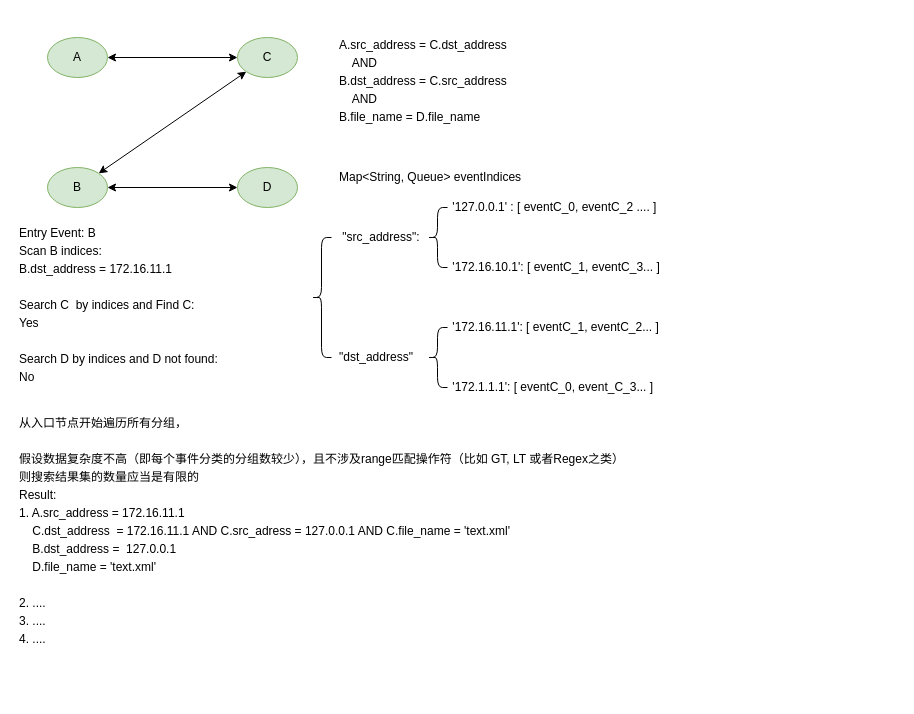
The draw.io diagram customize_cep_permute.drawio in popvlovs/popvlovs-repository, before the edit. Source tidied: cells renumbered, new cells numbered last; positions are measured from the earlier drawing's top-left corner, leaving out a move shared by most shapes. Both pictures are drawn from the tidied source at 100%, with x=0, y=0 at pixel (17, 17).
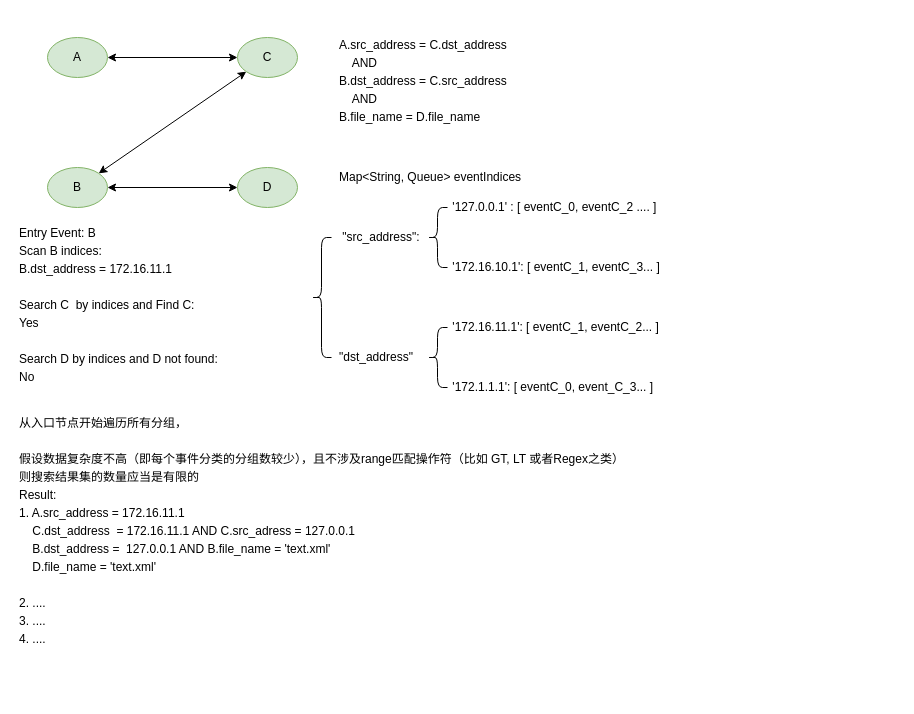
After the change.

Diff of the diagram source:
```diff
@@
 <mxGraphModel>
   <root>
     <mxCell id="0" />
     <mxCell id="1" parent="0" />
     <mxCell id="2" style="edgeStyle=orthogonalEdgeStyle;rounded=0;jettySize=auto;html=1;exitX=1;exitY=0.5;exitDx=0;exitDy=0;startArrow=classic;startFill=1;" parent="1" edge="1" source="3" target="5">
       <mxGeometry relative="1" as="geometry" />
     </mxCell>
     <mxCell id="3" value="A" style="ellipse;whiteSpace=wrap;html=1;fillColor=#d5e8d4;strokeColor=#82b366;" parent="1" vertex="1">
       <mxGeometry x="30" y="20" width="60" height="40" as="geometry" />
     </mxCell>
     <mxCell id="4" style="rounded=0;jettySize=auto;html=1;exitX=0;exitY=1;exitDx=0;exitDy=0;entryX=1;entryY=0;entryDx=0;entryDy=0;startArrow=classic;startFill=1;" parent="1" edge="1" source="5" target="7">
       <mxGeometry relative="1" as="geometry" />
     </mxCell>
     <mxCell id="5" value="C" style="ellipse;whiteSpace=wrap;html=1;fillColor=#d5e8d4;strokeColor=#82b366;" parent="1" vertex="1">
       <mxGeometry x="220" y="20" width="60" height="40" as="geometry" />
     </mxCell>
     <mxCell id="6" style="edgeStyle=none;rounded=0;jettySize=auto;html=1;exitX=1;exitY=0.5;exitDx=0;exitDy=0;startArrow=classic;startFill=1;" parent="1" edge="1" source="7" target="8">
       <mxGeometry relative="1" as="geometry" />
     </mxCell>
     <mxCell id="7" value="B" style="ellipse;whiteSpace=wrap;html=1;fillColor=#d5e8d4;strokeColor=#82b366;" parent="1" vertex="1">
       <mxGeometry x="30" y="150" width="60" height="40" as="geometry" />
     </mxCell>
     <mxCell id="8" value="D" style="ellipse;whiteSpace=wrap;html=1;fillColor=#d5e8d4;strokeColor=#82b366;" parent="1" vertex="1">
       <mxGeometry x="220" y="150" width="60" height="40" as="geometry" />
     </mxCell>
     <mxCell id="9" value="&lt;p style=&quot;line-height: 150%&quot;&gt;A.src_address = C.dst_address &lt;br&gt;&amp;nbsp; &amp;nbsp; AND &lt;br&gt;B.dst_address = C.src_address&lt;br&gt;&amp;nbsp; &amp;nbsp; AND&lt;br&gt;B.file_name = D.file_name&lt;/p&gt;&lt;p style=&quot;line-height: 150%&quot;&gt;&lt;br&gt;&lt;/p&gt;&lt;p style=&quot;line-height: 150%&quot;&gt;Map&amp;lt;String, Queue&amp;gt; eventIndices&amp;nbsp;&amp;nbsp;&lt;/p&gt;&lt;p style=&quot;line-height: 150%&quot;&gt;&amp;nbsp; &amp;nbsp; &amp;nbsp; &amp;nbsp; &amp;nbsp; &amp;nbsp; &amp;nbsp; &amp;nbsp; &amp;nbsp; &amp;nbsp; &amp;nbsp; &amp;nbsp; &amp;nbsp; &amp;nbsp; &amp;nbsp; &amp;nbsp; &amp;nbsp; '127.0.0.1' : [ eventC_0, eventC_2 .... ]&lt;/p&gt;&lt;p style=&quot;line-height: 150%&quot;&gt;&amp;nbsp;&quot;src_address&quot;:&amp;nbsp;&lt;/p&gt;&lt;p style=&quot;line-height: 150%&quot;&gt;&amp;nbsp; &amp;nbsp; &amp;nbsp; &amp;nbsp; &amp;nbsp; &amp;nbsp; &amp;nbsp; &amp;nbsp; &amp;nbsp; &amp;nbsp; &amp;nbsp; &amp;nbsp; &amp;nbsp; &amp;nbsp; &amp;nbsp; &amp;nbsp; &amp;nbsp; '172.16.10.1': [ eventC_1, eventC_3... ]&lt;/p&gt;&lt;p style=&quot;line-height: 150%&quot;&gt;&lt;br&gt;&lt;/p&gt;&lt;p style=&quot;line-height: 150%&quot;&gt;&amp;nbsp; &amp;nbsp; &amp;nbsp; &amp;nbsp; &amp;nbsp; &amp;nbsp; &amp;nbsp; &amp;nbsp; &amp;nbsp; &amp;nbsp; &amp;nbsp; &amp;nbsp; &amp;nbsp; &amp;nbsp; &amp;nbsp; &amp;nbsp; &amp;nbsp; '172.16.11.1': [ eventC_1, eventC_2... ]&lt;/p&gt;&lt;p style=&quot;line-height: 150%&quot;&gt;&quot;dst_address&quot;&lt;/p&gt;&lt;p style=&quot;line-height: 150%&quot;&gt;&amp;nbsp; &amp;nbsp; &amp;nbsp; &amp;nbsp; &amp;nbsp; &amp;nbsp; &amp;nbsp; &amp;nbsp; &amp;nbsp; &amp;nbsp; &amp;nbsp; &amp;nbsp; &amp;nbsp; &amp;nbsp; &amp;nbsp; &amp;nbsp; &amp;nbsp; '172.1.1.1': [ eventC_0, event_C_3... ]&lt;/p&gt;" style="text;html=1;" parent="1" vertex="1">
       <mxGeometry x="320" width="560" height="390" as="geometry" />
     </mxCell>
     <mxCell id="10" style="shape=curlyBracket;whiteSpace=wrap;html=1;rounded=1;" parent="1" vertex="1">
       <mxGeometry x="294" y="220" width="20" height="120" as="geometry" />
     </mxCell>
     <mxCell id="11" style="shape=curlyBracket;whiteSpace=wrap;html=1;rounded=1;" parent="1" vertex="1">
       <mxGeometry x="410" y="190" width="20" height="60" as="geometry" />
     </mxCell>
     <mxCell id="12" style="shape=curlyBracket;whiteSpace=wrap;html=1;rounded=1;" parent="1" vertex="1">
       <mxGeometry x="410" y="310" width="20" height="60" as="geometry" />
     </mxCell>
     <mxCell id="13" value="&lt;span style=&quot;white-space: nowrap ; line-height: 150%&quot;&gt;Entry Event: B&lt;br&gt;Scan B indices:&lt;br&gt;B.dst_address = 172.16.11.1&lt;br&gt;&lt;br&gt;Search C&amp;nbsp; by indices and Find C:&lt;br&gt;Yes&lt;br&gt;&lt;br&gt;Search D by indices and D not found:&lt;br&gt;No&lt;br&gt;&lt;/span&gt;" style="text;html=1;strokeColor=none;fillColor=none;align=left;verticalAlign=top;" parent="1" vertex="1">
       <mxGeometry y="200" width="270" height="180" as="geometry" />
     </mxCell>
-    <mxCell id="14" value="&lt;span style=&quot;white-space: nowrap ; line-height: 150%&quot;&gt;从入口节点开始遍历所有分组，&lt;br&gt;&lt;br&gt;假设数据复杂度不高（即每个事件分类的分组数较少），且不涉及range匹配操作符（比如 GT, LT 或者Regex之类）&lt;br&gt;则搜索结果集的数量应当是有限的&lt;br&gt;Result:&lt;br&gt;1. A.src_address = 172.16.11.1&lt;br&gt;&amp;nbsp; &amp;nbsp; C.dst_address&amp;nbsp; = 172.16.11.1 AND C.src_adress = 127.0.0.1 AND C.file_name = 'text.xml'&lt;br&gt;&amp;nbsp; &amp;nbsp; B.dst_address =&amp;nbsp; 127.0.0.1&lt;br&gt;&amp;nbsp; &amp;nbsp; D.file_name = 'text.xml'&lt;br&gt;&lt;br&gt;2. ....&lt;br&gt;3. ....&lt;br&gt;4. ....&lt;br&gt;&lt;/span&gt;" style="text;html=1;strokeColor=none;fillColor=none;align=left;verticalAlign=top;" parent="1" vertex="1">
+    <mxCell id="14" value="&lt;span style=&quot;white-space: nowrap ; line-height: 150%&quot;&gt;从入口节点开始遍历所有分组，&lt;br&gt;&lt;br&gt;假设数据复杂度不高（即每个事件分类的分组数较少），且不涉及range匹配操作符（比如 GT, LT 或者Regex之类）&lt;br&gt;则搜索结果集的数量应当是有限的&lt;br&gt;Result:&lt;br&gt;1. A.src_address = 172.16.11.1&lt;br&gt;&amp;nbsp; &amp;nbsp; C.dst_address&amp;nbsp; = 172.16.11.1 AND C.src_adress = 127.0.0.1&lt;br&gt;&amp;nbsp; &amp;nbsp; B.dst_address =&amp;nbsp; 127.0.0.1 AND B.file_name = 'text.xml'&lt;br&gt;&amp;nbsp; &amp;nbsp; D.file_name = 'text.xml'&lt;br&gt;&lt;br&gt;2. ....&lt;br&gt;3. ....&lt;br&gt;4. ....&lt;br&gt;&lt;/span&gt;" style="text;html=1;strokeColor=none;fillColor=none;align=left;verticalAlign=top;" parent="1" vertex="1">
       <mxGeometry y="390" width="660" height="290" as="geometry" />
     </mxCell>
   </root>
 </mxGraphModel>
```
